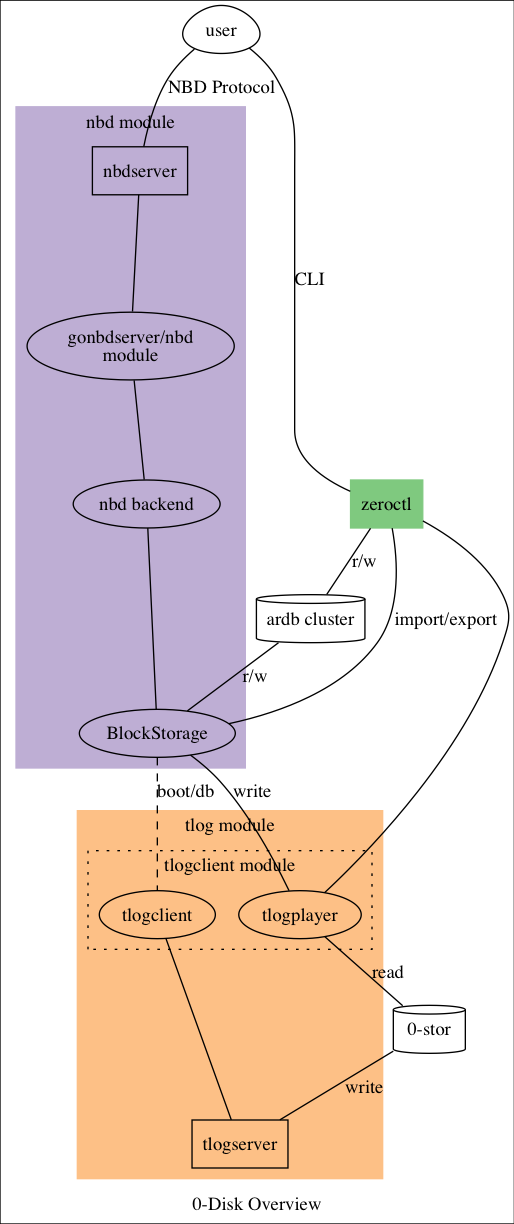
Earlier version of the Graphviz export docs/assets/zerodisk_overview.png (g8os/EFBD). Its source is kept beside it as docs/assets/src/zerodisk_overview.dot.
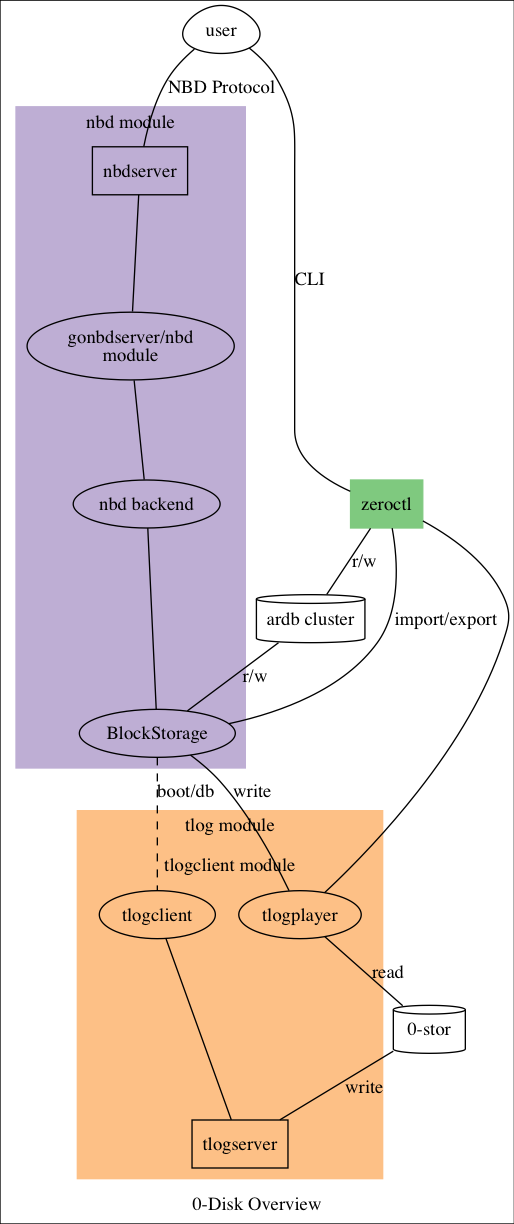
After the commit.

Change to the diagram source:
```diff
@@ -26,7 +26,6 @@
 
     subgraph clusterTlogClient {
       style=dotted
-      color=transparent
       label="tlogclient module"
 
       tlogclient
```
